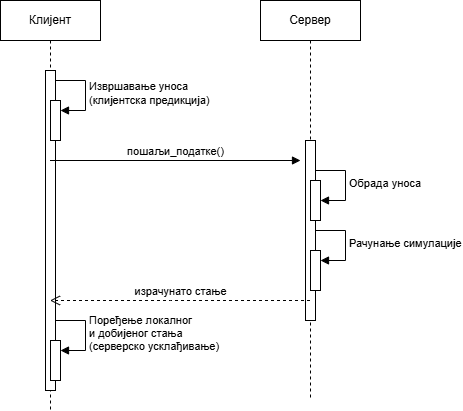
The draw.io diagram slike/Sequence_Diagram.png in NevenIlincic/diplomski-rad, before a commit. Source tidied: cells renumbered, new cells last; positions are measured from the earlier drawing's top-left corner, leaving out a move shared by most shapes. Source of this version:
```xml
<mxGraphModel>
  <root>
    <mxCell id="0" />
    <mxCell id="1" parent="0" />
    <mxCell id="2" value="Клијент" style="shape=umlLifeline;perimeter=lifelinePerimeter;whiteSpace=wrap;html=1;outlineConnect=0;portConstraint=eastwest;newEdgeStyle={&quot;curved&quot;:0,&quot;rounded&quot;:0};" parent="1" vertex="1">
      <mxGeometry width="100" height="410" as="geometry" />
    </mxCell>
    <mxCell id="3" style="html=1;perimeter=orthogonalPerimeter;targetShapes=umlLifeline;newEdgeStyle={&quot;curved&quot;:0,&quot;rounded&quot;:0};" parent="2" vertex="1">
      <mxGeometry x="45" y="70" width="10" height="320" as="geometry" />
    </mxCell>
    <mxCell id="4" style="html=1;points=[[0,0,0,0,5],[0,1,0,0,-5],[1,0,0,0,5],[1,1,0,0,-5]];perimeter=orthogonalPerimeter;outlineConnect=0;targetShapes=umlLifeline;portConstraint=eastwest;newEdgeStyle={&quot;curved&quot;:0,&quot;rounded&quot;:0};" parent="2" vertex="1">
      <mxGeometry x="50" y="100" width="10" height="40" as="geometry" />
    </mxCell>
    <mxCell id="5" value="Извршавање уноса&lt;div&gt;(клијентска предикција)&lt;/div&gt;" style="html=1;align=left;spacingLeft=2;endArrow=block;rounded=0;edgeStyle=orthogonalEdgeStyle;curved=0;rounded=0;" parent="2" edge="1" target="4">
      <mxGeometry relative="1" as="geometry">
        <mxPoint x="55" y="80" as="sourcePoint" />
        <Array as="points">
          <mxPoint x="85" y="110" />
        </Array>
      </mxGeometry>
    </mxCell>
    <mxCell id="6" style="html=1;points=[[0,0,0,0,5],[0,1,0,0,-5],[1,0,0,0,5],[1,1,0,0,-5]];perimeter=orthogonalPerimeter;outlineConnect=0;targetShapes=umlLifeline;portConstraint=eastwest;newEdgeStyle={&quot;curved&quot;:0,&quot;rounded&quot;:0};" parent="2" vertex="1">
      <mxGeometry x="50" y="340" width="10" height="40" as="geometry" />
    </mxCell>
    <mxCell id="7" value="Поређење локалног&amp;nbsp;&lt;div&gt;и добијеног стања&lt;/div&gt;&lt;div&gt;(серверско усклађивање)&lt;/div&gt;" style="html=1;align=left;spacingLeft=2;endArrow=block;rounded=0;edgeStyle=orthogonalEdgeStyle;curved=0;rounded=0;" parent="2" edge="1" target="6">
      <mxGeometry relative="1" as="geometry">
        <mxPoint x="55" y="320" as="sourcePoint" />
        <Array as="points">
          <mxPoint x="85" y="350" />
        </Array>
      </mxGeometry>
    </mxCell>
    <mxCell id="8" value="Сервер" style="shape=umlLifeline;perimeter=lifelinePerimeter;whiteSpace=wrap;html=1;newEdgeStyle={&quot;curved&quot;:0,&quot;rounded&quot;:0};" parent="1" vertex="1">
      <mxGeometry x="260" width="100" height="400" as="geometry" />
    </mxCell>
    <mxCell id="9" style="html=1;points=[[0,0,0,0,5],[0,1,0,0,-5],[1,0,0,0,5],[1,1,0,0,-5]];perimeter=orthogonalPerimeter;outlineConnect=0;targetShapes=umlLifeline;portConstraint=eastwest;newEdgeStyle={&quot;curved&quot;:0,&quot;rounded&quot;:0};" parent="8" vertex="1">
      <mxGeometry x="45" y="140" width="10" height="180" as="geometry" />
    </mxCell>
    <mxCell id="10" style="html=1;points=[[0,0,0,0,5],[0,1,0,0,-5],[1,0,0,0,5],[1,1,0,0,-5]];perimeter=orthogonalPerimeter;outlineConnect=0;targetShapes=umlLifeline;portConstraint=eastwest;newEdgeStyle={&quot;curved&quot;:0,&quot;rounded&quot;:0};" parent="8" vertex="1">
      <mxGeometry x="50" y="180" width="10" height="40" as="geometry" />
    </mxCell>
    <mxCell id="11" value="&lt;div&gt;&lt;br&gt;&lt;/div&gt;&lt;div&gt;&lt;br&gt;&lt;/div&gt;&lt;div&gt;&lt;span style=&quot;background-color: light-dark(#ffffff, var(--ge-dark-color, #121212)); color: light-dark(rgb(0, 0, 0), rgb(255, 255, 255));&quot;&gt;Обрада уноса&lt;/span&gt;&lt;/div&gt;" style="html=1;align=left;spacingLeft=2;endArrow=block;rounded=0;edgeStyle=orthogonalEdgeStyle;curved=0;rounded=0;exitX=1;exitY=0;exitDx=0;exitDy=5;exitPerimeter=0;" parent="8" edge="1" source="9" target="10">
      <mxGeometry relative="1" as="geometry">
        <Array as="points">
          <mxPoint x="55" y="170" />
          <mxPoint x="85" y="170" />
          <mxPoint x="85" y="200" />
        </Array>
      </mxGeometry>
    </mxCell>
    <mxCell id="12" style="html=1;points=[[0,0,0,0,5],[0,1,0,0,-5],[1,0,0,0,5],[1,1,0,0,-5]];perimeter=orthogonalPerimeter;outlineConnect=0;targetShapes=umlLifeline;portConstraint=eastwest;newEdgeStyle={&quot;curved&quot;:0,&quot;rounded&quot;:0};" parent="8" vertex="1">
      <mxGeometry x="50" y="250" width="10" height="40" as="geometry" />
    </mxCell>
    <mxCell id="13" value="Рачунање симулације" style="html=1;align=left;spacingLeft=2;endArrow=block;rounded=0;edgeStyle=orthogonalEdgeStyle;curved=0;rounded=0;" parent="8" edge="1" target="12">
      <mxGeometry relative="1" as="geometry">
        <mxPoint x="55" y="230" as="sourcePoint" />
        <Array as="points">
          <mxPoint x="85" y="260" />
        </Array>
      </mxGeometry>
    </mxCell>
    <mxCell id="14" value="пошаљи_податке()" style="html=1;verticalAlign=bottom;endArrow=block;curved=0;rounded=0;" parent="1" edge="1" source="2">
      <mxGeometry relative="1" as="geometry">
        <mxPoint x="300" y="160" as="targetPoint" />
      </mxGeometry>
    </mxCell>
    <mxCell id="15" value="израчунато стање" style="html=1;verticalAlign=bottom;endArrow=open;dashed=1;endSize=8;curved=0;rounded=0;" parent="1" edge="1" target="2">
      <mxGeometry relative="1" as="geometry">
        <mxPoint x="309.5" y="300" as="sourcePoint" />
        <Array as="points">
          <mxPoint x="170" y="300" />
        </Array>
      </mxGeometry>
    </mxCell>
  </root>
</mxGraphModel>
```
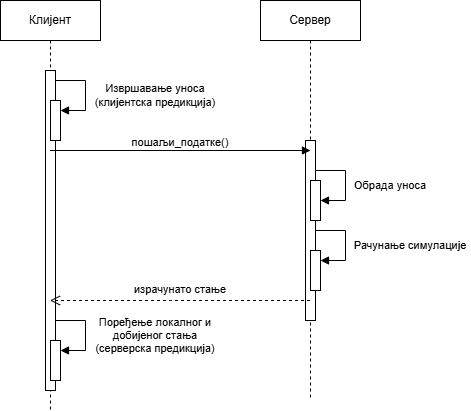
Later version of the same file.

Diff of the diagram source:
```diff
@@ -11,7 +11,7 @@
     <mxCell id="4" style="html=1;points=[[0,0,0,0,5],[0,1,0,0,-5],[1,0,0,0,5],[1,1,0,0,-5]];perimeter=orthogonalPerimeter;outlineConnect=0;targetShapes=umlLifeline;portConstraint=eastwest;newEdgeStyle={&quot;curved&quot;:0,&quot;rounded&quot;:0};" parent="2" vertex="1">
       <mxGeometry x="50" y="100" width="10" height="40" as="geometry" />
     </mxCell>
-    <mxCell id="5" value="Извршавање уноса&lt;div&gt;(клијентска предикција)&lt;/div&gt;" style="html=1;align=left;spacingLeft=2;endArrow=block;rounded=0;edgeStyle=orthogonalEdgeStyle;curved=0;rounded=0;" parent="2" edge="1" target="4">
+    <mxCell id="5" style="html=1;align=left;spacingLeft=2;endArrow=block;rounded=0;edgeStyle=orthogonalEdgeStyle;curved=0;rounded=0;" parent="2" edge="1" target="4">
       <mxGeometry relative="1" as="geometry">
         <mxPoint x="55" y="80" as="sourcePoint" />
         <Array as="points">
@@ -22,7 +22,7 @@
     <mxCell id="6" style="html=1;points=[[0,0,0,0,5],[0,1,0,0,-5],[1,0,0,0,5],[1,1,0,0,-5]];perimeter=orthogonalPerimeter;outlineConnect=0;targetShapes=umlLifeline;portConstraint=eastwest;newEdgeStyle={&quot;curved&quot;:0,&quot;rounded&quot;:0};" parent="2" vertex="1">
       <mxGeometry x="50" y="340" width="10" height="40" as="geometry" />
     </mxCell>
-    <mxCell id="7" value="Поређење локалног&amp;nbsp;&lt;div&gt;и добијеног стања&lt;/div&gt;&lt;div&gt;(серверско усклађивање)&lt;/div&gt;" style="html=1;align=left;spacingLeft=2;endArrow=block;rounded=0;edgeStyle=orthogonalEdgeStyle;curved=0;rounded=0;" parent="2" edge="1" target="6">
+    <mxCell id="7" style="html=1;align=left;spacingLeft=2;endArrow=block;rounded=0;edgeStyle=orthogonalEdgeStyle;curved=0;rounded=0;" parent="2" edge="1" target="6">
       <mxGeometry relative="1" as="geometry">
         <mxPoint x="55" y="320" as="sourcePoint" />
         <Array as="points">
@@ -39,7 +39,7 @@
     <mxCell id="10" style="html=1;points=[[0,0,0,0,5],[0,1,0,0,-5],[1,0,0,0,5],[1,1,0,0,-5]];perimeter=orthogonalPerimeter;outlineConnect=0;targetShapes=umlLifeline;portConstraint=eastwest;newEdgeStyle={&quot;curved&quot;:0,&quot;rounded&quot;:0};" parent="8" vertex="1">
       <mxGeometry x="50" y="180" width="10" height="40" as="geometry" />
     </mxCell>
-    <mxCell id="11" value="&lt;div&gt;&lt;br&gt;&lt;/div&gt;&lt;div&gt;&lt;br&gt;&lt;/div&gt;&lt;div&gt;&lt;span style=&quot;background-color: light-dark(#ffffff, var(--ge-dark-color, #121212)); color: light-dark(rgb(0, 0, 0), rgb(255, 255, 255));&quot;&gt;Обрада уноса&lt;/span&gt;&lt;/div&gt;" style="html=1;align=left;spacingLeft=2;endArrow=block;rounded=0;edgeStyle=orthogonalEdgeStyle;curved=0;rounded=0;exitX=1;exitY=0;exitDx=0;exitDy=5;exitPerimeter=0;" parent="8" edge="1" source="9" target="10">
+    <mxCell id="11" style="html=1;align=left;spacingLeft=2;endArrow=block;rounded=0;edgeStyle=orthogonalEdgeStyle;curved=0;rounded=0;exitX=1;exitY=0;exitDx=0;exitDy=5;exitPerimeter=0;strokeWidth=1;" parent="8" edge="1" source="9" target="10">
       <mxGeometry relative="1" as="geometry">
         <Array as="points">
           <mxPoint x="55" y="170" />
@@ -51,7 +51,7 @@
     <mxCell id="12" style="html=1;points=[[0,0,0,0,5],[0,1,0,0,-5],[1,0,0,0,5],[1,1,0,0,-5]];perimeter=orthogonalPerimeter;outlineConnect=0;targetShapes=umlLifeline;portConstraint=eastwest;newEdgeStyle={&quot;curved&quot;:0,&quot;rounded&quot;:0};" parent="8" vertex="1">
       <mxGeometry x="50" y="250" width="10" height="40" as="geometry" />
     </mxCell>
-    <mxCell id="13" value="Рачунање симулације" style="html=1;align=left;spacingLeft=2;endArrow=block;rounded=0;edgeStyle=orthogonalEdgeStyle;curved=0;rounded=0;" parent="8" edge="1" target="12">
+    <mxCell id="13" style="html=1;align=left;spacingLeft=2;endArrow=block;rounded=0;edgeStyle=orthogonalEdgeStyle;curved=0;rounded=0;strokeColor=default;" parent="8" edge="1" target="12">
       <mxGeometry relative="1" as="geometry">
         <mxPoint x="55" y="230" as="sourcePoint" />
         <Array as="points">
@@ -59,12 +59,12 @@
         </Array>
       </mxGeometry>
     </mxCell>
-    <mxCell id="14" value="пошаљи_податке()" style="html=1;verticalAlign=bottom;endArrow=block;curved=0;rounded=0;" parent="1" edge="1" source="2">
+    <mxCell id="14" style="html=1;verticalAlign=bottom;endArrow=block;curved=0;rounded=0;" parent="1" edge="1" source="2">
       <mxGeometry relative="1" as="geometry">
-        <mxPoint x="300" y="160" as="targetPoint" />
+        <mxPoint x="310" y="150" as="targetPoint" />
       </mxGeometry>
     </mxCell>
-    <mxCell id="15" value="израчунато стање" style="html=1;verticalAlign=bottom;endArrow=open;dashed=1;endSize=8;curved=0;rounded=0;" parent="1" edge="1" target="2">
+    <mxCell id="15" style="html=1;verticalAlign=bottom;endArrow=open;dashed=1;endSize=8;curved=0;rounded=0;" parent="1" edge="1" target="2">
       <mxGeometry relative="1" as="geometry">
         <mxPoint x="309.5" y="300" as="sourcePoint" />
         <Array as="points">
@@ -72,5 +72,23 @@
         </Array>
       </mxGeometry>
     </mxCell>
+    <mxCell id="16" value="&lt;font&gt;Обрада уноса&lt;/font&gt;" style="text;html=1;whiteSpace=wrap;strokeColor=none;fillColor=none;align=center;verticalAlign=middle;rounded=0;fontSize=11;" parent="1" vertex="1">
+      <mxGeometry x="350" y="170" width="80" height="30" as="geometry" />
+    </mxCell>
+    <mxCell id="17" value="Рачунање симулације" style="text;html=1;whiteSpace=wrap;strokeColor=none;fillColor=none;align=center;verticalAlign=middle;rounded=0;fontSize=11;" parent="1" vertex="1">
+      <mxGeometry x="350" y="230" width="120" height="30" as="geometry" />
+    </mxCell>
+    <mxCell id="18" value="&lt;font&gt;Извршавање уноса (клијентска предикција)&lt;/font&gt;" style="text;html=1;whiteSpace=wrap;strokeColor=none;fillColor=none;align=center;verticalAlign=middle;rounded=0;fontSize=11;" parent="1" vertex="1">
+      <mxGeometry x="90" y="80" width="130" height="30" as="geometry" />
+    </mxCell>
+    <mxCell id="19" value="&lt;font&gt;пошаљи_податке()&lt;/font&gt;" style="text;html=1;whiteSpace=wrap;strokeColor=none;fillColor=none;align=center;verticalAlign=middle;rounded=0;fontSize=11;" parent="1" vertex="1">
+      <mxGeometry x="125" y="127" width="110" height="30" as="geometry" />
+    </mxCell>
+    <mxCell id="20" value="&lt;font&gt;израчунато стање&lt;/font&gt;" style="text;html=1;whiteSpace=wrap;strokeColor=none;fillColor=none;align=center;verticalAlign=middle;rounded=0;fontSize=11;" parent="1" vertex="1">
+      <mxGeometry x="130" y="274" width="100" height="30" as="geometry" />
+    </mxCell>
+    <mxCell id="21" value="&lt;font&gt;Поређење локалног и добијеног стања (серверска предикција)&lt;/font&gt;" style="text;html=1;whiteSpace=wrap;strokeColor=none;fillColor=none;align=center;verticalAlign=middle;rounded=0;fontSize=11;" parent="1" vertex="1">
+      <mxGeometry x="90" y="320" width="130" height="30" as="geometry" />
+    </mxCell>
   </root>
 </mxGraphModel>
```
